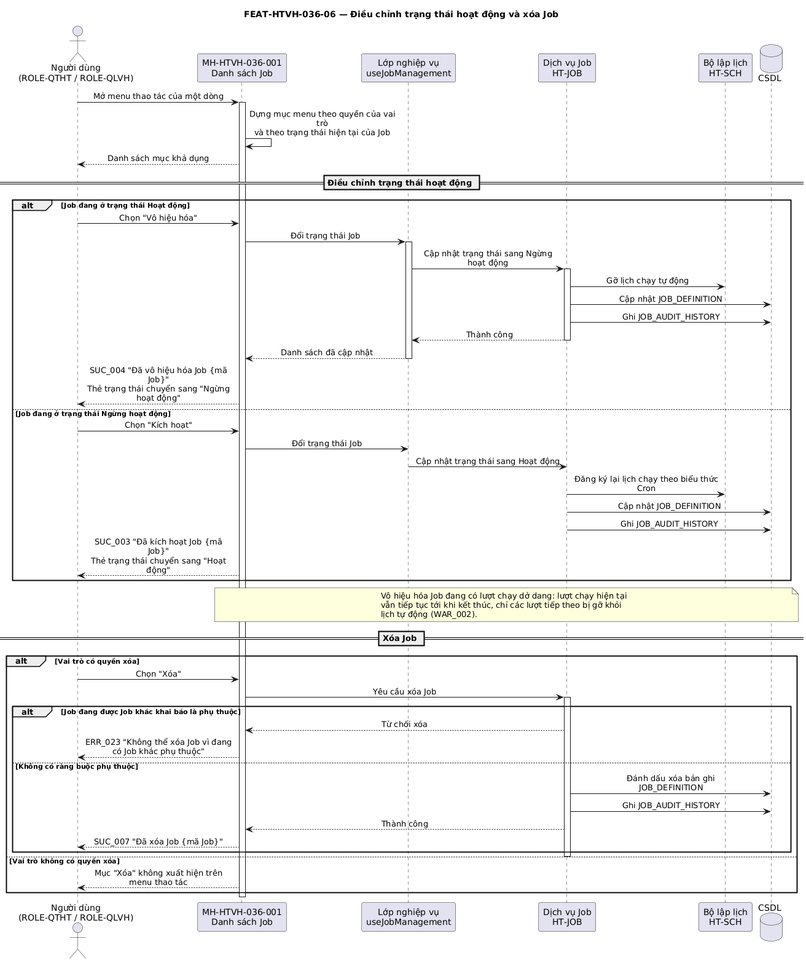
This is docs/specifications/diagrams/FUNC-HTVH-036_seq-06.png from NgocTDA/cic-core-system, a PlantUML export, as it was before one commit. The source it was exported from:
```plantuml
@startuml FUNC-HTVH-036_seq-06
title FEAT-HTVH-036-06 — Điều chỉnh trạng thái hoạt động và xóa Job

skinparam sequenceMessageAlign center
skinparam maxMessageSize 240

actor "Người dùng\n(ROLE-QTHT / ROLE-QLVH)" as NSD
participant "MH-HTVH-036-001\nDanh sách Job" as MH_DS
participant "Lớp nghiệp vụ\nuseJobManagement" as HT_LOGIC
participant "Dịch vụ Job\nHT-JOB" as HT_JOB
participant "Bộ lập lịch\nHT-SCH" as HT_SCH
database "CSDL" as CSDL

NSD -> MH_DS : Mở menu thao tác của một dòng
activate MH_DS
MH_DS -> MH_DS : Dựng mục menu theo quyền của vai trò\nvà theo trạng thái hiện tại của Job
MH_DS --> NSD : Danh sách mục khả dụng

== Điều chỉnh trạng thái hoạt động ==
alt Job đang ở trạng thái Hoạt động
  NSD -> MH_DS : Chọn "Vô hiệu hóa"
  MH_DS -> HT_LOGIC : Đổi trạng thái Job
  activate HT_LOGIC
  HT_LOGIC -> HT_JOB : Cập nhật trạng thái sang Ngừng hoạt động
  activate HT_JOB
  HT_JOB -> HT_SCH : Gỡ lịch chạy tự động
  HT_JOB -> CSDL : Cập nhật JOB_DEFINITION
  HT_JOB -> CSDL : Ghi JOB_AUDIT_HISTORY
  HT_JOB --> HT_LOGIC : Thành công
  deactivate HT_JOB
  HT_LOGIC --> MH_DS : Danh sách đã cập nhật
  deactivate HT_LOGIC
  MH_DS --> NSD : SUC_004 "Đã vô hiệu hóa Job {mã Job}"\nThẻ trạng thái chuyển sang "Ngừng hoạt động"
else Job đang ở trạng thái Ngừng hoạt động
  NSD -> MH_DS : Chọn "Kích hoạt"
  MH_DS -> HT_LOGIC : Đổi trạng thái Job
  HT_LOGIC -> HT_JOB : Cập nhật trạng thái sang Hoạt động
  HT_JOB -> HT_SCH : Đăng ký lại lịch chạy theo biểu thức Cron
  HT_JOB -> CSDL : Cập nhật JOB_DEFINITION
  HT_JOB -> CSDL : Ghi JOB_AUDIT_HISTORY
  MH_DS --> NSD : SUC_003 "Đã kích hoạt Job {mã Job}"\nThẻ trạng thái chuyển sang "Hoạt động"
end

note over MH_DS, CSDL
  Vô hiệu hóa Job đang có lượt chạy dở dang: lượt chạy hiện tại
  vẫn tiếp tục tới khi kết thúc, chỉ các lượt tiếp theo bị gỡ khỏi
  lịch tự động (WAR_002).
end note

== Xóa Job ==
alt Vai trò có quyền xóa
  NSD -> MH_DS : Chọn "Xóa"
  MH_DS -> HT_JOB : Yêu cầu xóa Job
  activate HT_JOB
  alt Job đang được Job khác khai báo là phụ thuộc
    HT_JOB --> MH_DS : Từ chối xóa
    MH_DS --> NSD : ERR_023 "Không thể xóa Job vì đang có Job khác phụ thuộc"
  else Không có ràng buộc phụ thuộc
    HT_JOB -> CSDL : Đánh dấu xóa bản ghi JOB_DEFINITION
    HT_JOB -> CSDL : Ghi JOB_AUDIT_HISTORY
    HT_JOB --> MH_DS : Thành công
    MH_DS --> NSD : SUC_007 "Đã xóa Job {mã Job}"
  end
  deactivate HT_JOB
else Vai trò không có quyền xóa
  MH_DS --> NSD : Mục "Xóa" không xuất hiện trên menu thao tác
end
deactivate MH_DS

@enduml
```
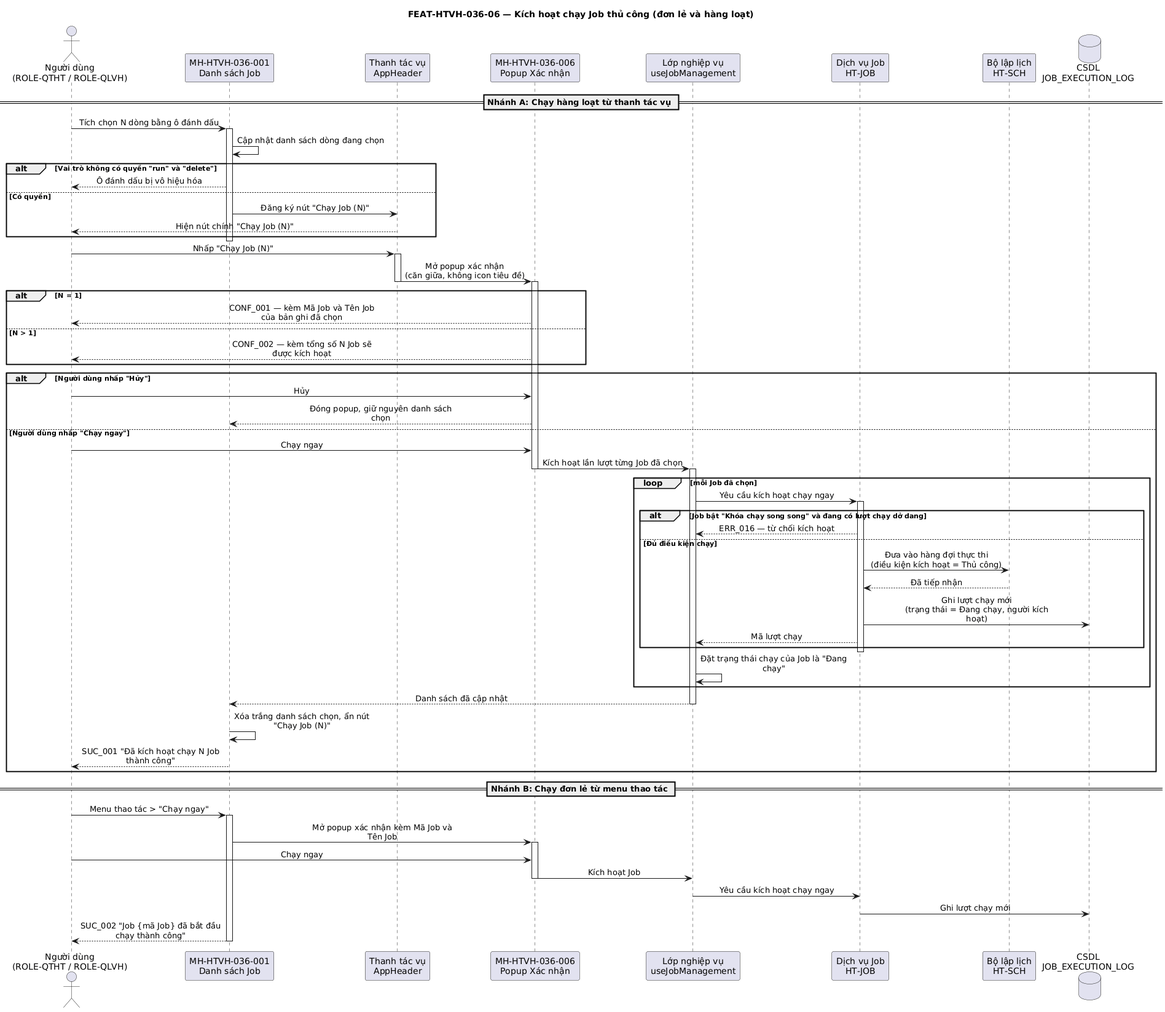
Later version of the same file.

Change to the diagram source:
```diff
@@ -1,70 +1,80 @@
 @startuml FUNC-HTVH-036_seq-06
-title FEAT-HTVH-036-06 — Điều chỉnh trạng thái hoạt động và xóa Job
+title FEAT-HTVH-036-06 — Kích hoạt chạy Job thủ công (đơn lẻ và hàng loạt)
 
 skinparam sequenceMessageAlign center
 skinparam maxMessageSize 240
 
 actor "Người dùng\n(ROLE-QTHT / ROLE-QLVH)" as NSD
 participant "MH-HTVH-036-001\nDanh sách Job" as MH_DS
+participant "Thanh tác vụ\nAppHeader" as CMP_HEADER
+participant "MH-HTVH-036-006\nPopup Xác nhận" as MH_CONF
 participant "Lớp nghiệp vụ\nuseJobManagement" as HT_LOGIC
 participant "Dịch vụ Job\nHT-JOB" as HT_JOB
 participant "Bộ lập lịch\nHT-SCH" as HT_SCH
-database "CSDL" as CSDL
+database "CSDL\nJOB_EXECUTION_LOG" as CSDL
 
-NSD -> MH_DS : Mở menu thao tác của một dòng
+== Nhánh A: Chạy hàng loạt từ thanh tác vụ ==
+NSD -> MH_DS : Tích chọn N dòng bằng ô đánh dấu
 activate MH_DS
-MH_DS -> MH_DS : Dựng mục menu theo quyền của vai trò\nvà theo trạng thái hiện tại của Job
-MH_DS --> NSD : Danh sách mục khả dụng
-
-== Điều chỉnh trạng thái hoạt động ==
-alt Job đang ở trạng thái Hoạt động
-  NSD -> MH_DS : Chọn "Vô hiệu hóa"
-  MH_DS -> HT_LOGIC : Đổi trạng thái Job
-  activate HT_LOGIC
-  HT_LOGIC -> HT_JOB : Cập nhật trạng thái sang Ngừng hoạt động
-  activate HT_JOB
-  HT_JOB -> HT_SCH : Gỡ lịch chạy tự động
-  HT_JOB -> CSDL : Cập nhật JOB_DEFINITION
-  HT_JOB -> CSDL : Ghi JOB_AUDIT_HISTORY
-  HT_JOB --> HT_LOGIC : Thành công
-  deactivate HT_JOB
-  HT_LOGIC --> MH_DS : Danh sách đã cập nhật
-  deactivate HT_LOGIC
-  MH_DS --> NSD : SUC_004 "Đã vô hiệu hóa Job {mã Job}"\nThẻ trạng thái chuyển sang "Ngừng hoạt động"
-else Job đang ở trạng thái Ngừng hoạt động
-  NSD -> MH_DS : Chọn "Kích hoạt"
-  MH_DS -> HT_LOGIC : Đổi trạng thái Job
-  HT_LOGIC -> HT_JOB : Cập nhật trạng thái sang Hoạt động
-  HT_JOB -> HT_SCH : Đăng ký lại lịch chạy theo biểu thức Cron
-  HT_JOB -> CSDL : Cập nhật JOB_DEFINITION
-  HT_JOB -> CSDL : Ghi JOB_AUDIT_HISTORY
-  MH_DS --> NSD : SUC_003 "Đã kích hoạt Job {mã Job}"\nThẻ trạng thái chuyển sang "Hoạt động"
-end
-
-note over MH_DS, CSDL
-  Vô hiệu hóa Job đang có lượt chạy dở dang: lượt chạy hiện tại
-  vẫn tiếp tục tới khi kết thúc, chỉ các lượt tiếp theo bị gỡ khỏi
-  lịch tự động (WAR_002).
-end note
-
-== Xóa Job ==
-alt Vai trò có quyền xóa
-  NSD -> MH_DS : Chọn "Xóa"
-  MH_DS -> HT_JOB : Yêu cầu xóa Job
-  activate HT_JOB
-  alt Job đang được Job khác khai báo là phụ thuộc
-    HT_JOB --> MH_DS : Từ chối xóa
-    MH_DS --> NSD : ERR_023 "Không thể xóa Job vì đang có Job khác phụ thuộc"
-  else Không có ràng buộc phụ thuộc
-    HT_JOB -> CSDL : Đánh dấu xóa bản ghi JOB_DEFINITION
-    HT_JOB -> CSDL : Ghi JOB_AUDIT_HISTORY
-    HT_JOB --> MH_DS : Thành công
-    MH_DS --> NSD : SUC_007 "Đã xóa Job {mã Job}"
-  end
-  deactivate HT_JOB
-else Vai trò không có quyền xóa
-  MH_DS --> NSD : Mục "Xóa" không xuất hiện trên menu thao tác
+MH_DS -> MH_DS : Cập nhật danh sách dòng đang chọn
+alt Vai trò không có quyền "run" và "delete"
+  MH_DS --> NSD : Ô đánh dấu bị vô hiệu hóa
+else Có quyền
+  MH_DS -> CMP_HEADER : Đăng ký nút "Chạy Job (N)"
+  CMP_HEADER --> NSD : Hiện nút chính "Chạy Job (N)"
 end
 deactivate MH_DS
 
+NSD -> CMP_HEADER : Nhấp "Chạy Job (N)"
+activate CMP_HEADER
+CMP_HEADER -> MH_CONF : Mở popup xác nhận\n(căn giữa, không icon tiêu đề)
+deactivate CMP_HEADER
+activate MH_CONF
+alt N = 1
+  MH_CONF --> NSD : CONF_001 — kèm Mã Job và Tên Job của bản ghi đã chọn
+else N > 1
+  MH_CONF --> NSD : CONF_002 — kèm tổng số N Job sẽ được kích hoạt
+end
+
+alt Người dùng nhấp "Hủy"
+  NSD -> MH_CONF : Hủy
+  MH_CONF --> MH_DS : Đóng popup, giữ nguyên danh sách chọn
+else Người dùng nhấp "Chạy ngay"
+  NSD -> MH_CONF : Chạy ngay
+  MH_CONF -> HT_LOGIC : Kích hoạt lần lượt từng Job đã chọn
+  deactivate MH_CONF
+  activate HT_LOGIC
+  loop mỗi Job đã chọn
+    HT_LOGIC -> HT_JOB : Yêu cầu kích hoạt chạy ngay
+    activate HT_JOB
+    alt Job bật "Khóa chạy song song" và đang có lượt chạy dở dang
+      HT_JOB --> HT_LOGIC : ERR_016 — từ chối kích hoạt
+    else Đủ điều kiện chạy
+      HT_JOB -> HT_SCH : Đưa vào hàng đợi thực thi\n(điều kiện kích hoạt = Thủ công)
+      HT_SCH --> HT_JOB : Đã tiếp nhận
+      HT_JOB -> CSDL : Ghi lượt chạy mới\n(trạng thái = Đang chạy, người kích hoạt)
+      HT_JOB --> HT_LOGIC : Mã lượt chạy
+    end
+    deactivate HT_JOB
+    HT_LOGIC -> HT_LOGIC : Đặt trạng thái chạy của Job là "Đang chạy"
+  end
+  HT_LOGIC --> MH_DS : Danh sách đã cập nhật
+  deactivate HT_LOGIC
+  MH_DS -> MH_DS : Xóa trắng danh sách chọn, ẩn nút "Chạy Job (N)"
+  MH_DS --> NSD : SUC_001 "Đã kích hoạt chạy N Job thành công"
+end
+
+== Nhánh B: Chạy đơn lẻ từ menu thao tác ==
+NSD -> MH_DS : Menu thao tác > "Chạy ngay"
+activate MH_DS
+MH_DS -> MH_CONF : Mở popup xác nhận kèm Mã Job và Tên Job
+activate MH_CONF
+NSD -> MH_CONF : Chạy ngay
+MH_CONF -> HT_LOGIC : Kích hoạt Job
+deactivate MH_CONF
+HT_LOGIC -> HT_JOB : Yêu cầu kích hoạt chạy ngay
+HT_JOB -> CSDL : Ghi lượt chạy mới
+MH_DS --> NSD : SUC_002 "Job {mã Job} đã bắt đầu chạy thành công"
+deactivate MH_DS
+
 @enduml
```
